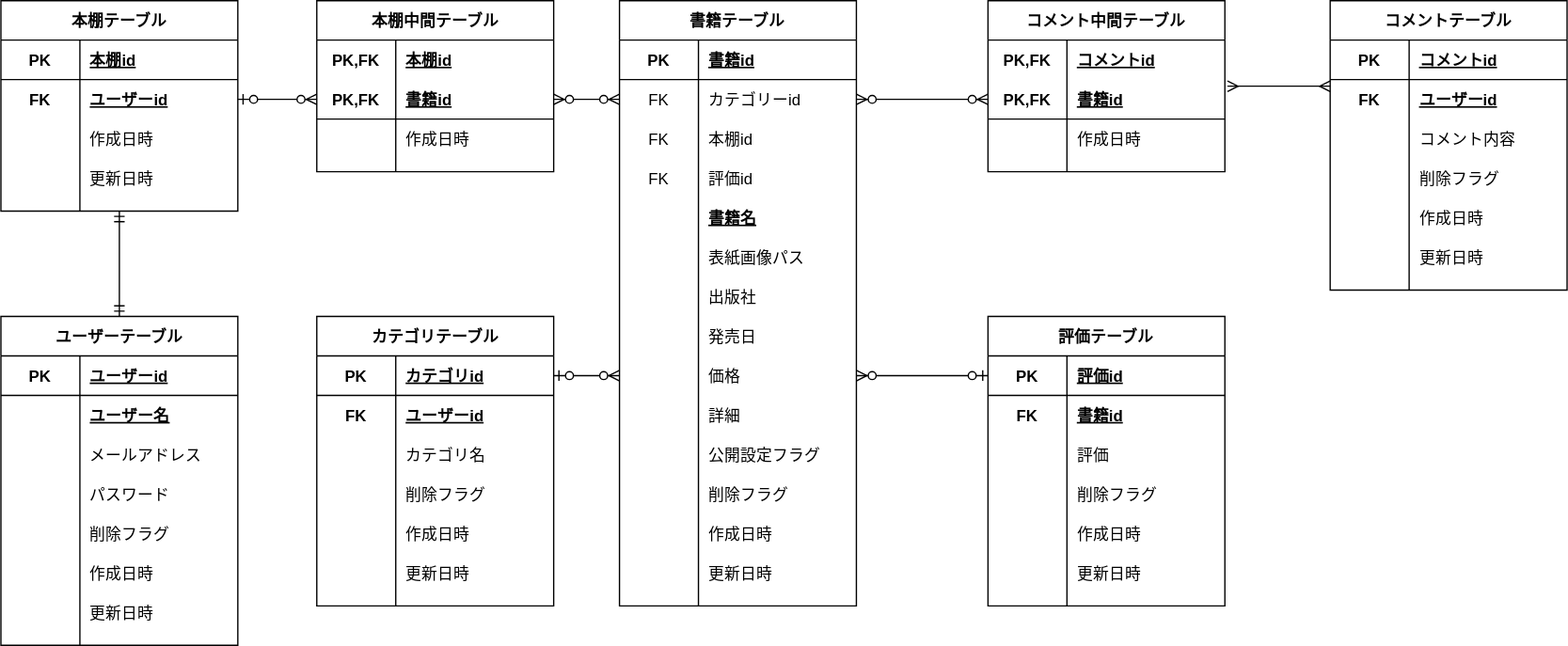
The draw.io diagram ERdiagram.drawio.svg in takumi98/EngineerBookshelf, before a commit. Source tidied: cells renumbered, new cells last; positions are measured from the earlier drawing's top-left corner, leaving out a move shared by most shapes.
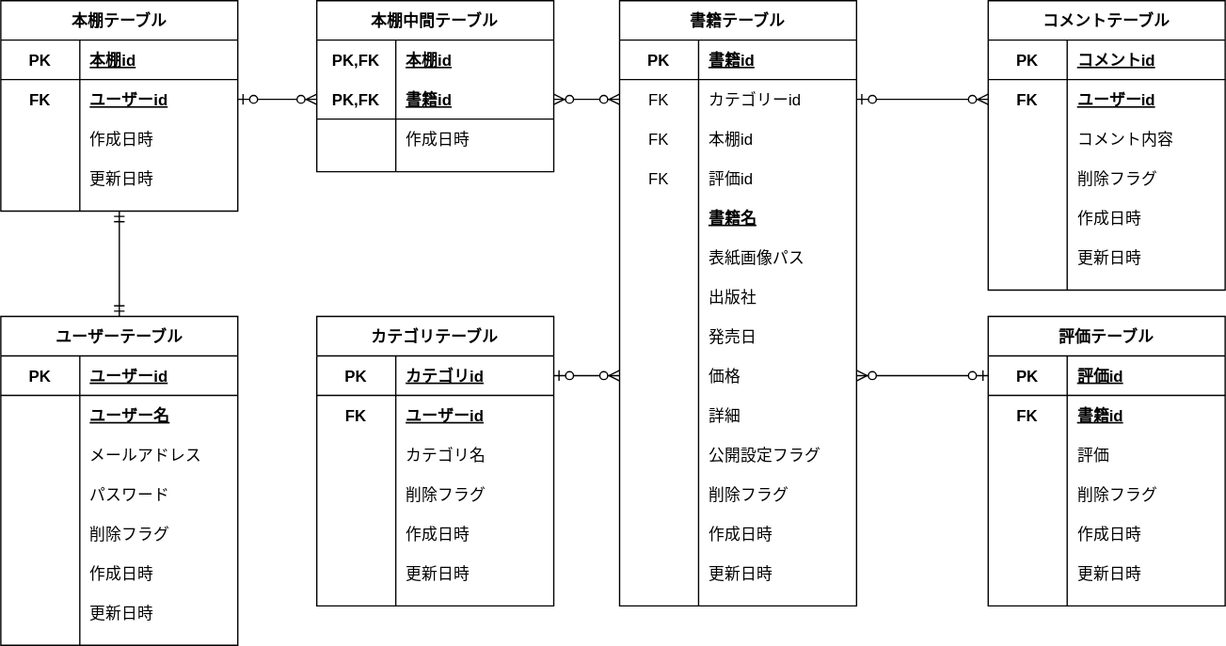
The same file after the commit.

Commit message:
[update]コメント中間テーブルの削除

The edit, as a diff of the source:
```diff
@@ -197,11 +197,8 @@
     <mxCell id="66" value="更新日時" style="shape=partialRectangle;fillColor=none;top=0;left=0;bottom=0;right=0;align=left;spacingLeft=6;overflow=hidden;" parent="64" vertex="1">
       <mxGeometry x="60" width="120" height="30" as="geometry" />
     </mxCell>
-    <mxCell id="67" style="edgeStyle=orthogonalEdgeStyle;rounded=0;jettySize=auto;html=1;exitX=0;exitY=0.167;exitDx=0;exitDy=0;entryX=1.011;entryY=0.167;entryDx=0;entryDy=0;startArrow=ERmany;startFill=0;endArrow=ERmany;endFill=0;entryPerimeter=0;exitPerimeter=0;" parent="1" edge="1" source="72" target="91">
-      <mxGeometry relative="1" as="geometry" />
-    </mxCell>
     <mxCell id="68" value="コメントテーブル" style="shape=table;startSize=30;rowLines=0;fontStyle=1;align=center;" parent="1" vertex="1">
-      <mxGeometry x="1010" width="180" height="220" as="geometry" />
+      <mxGeometry x="750" width="180" height="220" as="geometry" />
     </mxCell>
     <mxCell id="69" style="shape=partialRectangle;fillColor=none;top=0;left=0;bottom=1;right=0;" parent="68" vertex="1">
       <mxGeometry y="30" width="180" height="30" as="geometry" />
@@ -257,36 +254,6 @@
     <mxCell id="86" value="更新日時" style="shape=partialRectangle;fillColor=none;top=0;left=0;bottom=0;right=0;align=left;spacingLeft=6;overflow=hidden;" parent="84" vertex="1">
       <mxGeometry x="60" width="120" height="30" as="geometry" />
     </mxCell>
-    <mxCell id="87" value="コメント中間テーブル" style="shape=table;startSize=30;rowLines=0;fontStyle=1;align=center;" parent="1" vertex="1">
-      <mxGeometry x="750" width="180" height="130" as="geometry" />
-    </mxCell>
-    <mxCell id="88" style="shape=partialRectangle;fillColor=none;top=0;left=0;bottom=0;right=0;" parent="87" vertex="1">
-      <mxGeometry y="30" width="180" height="30" as="geometry" />
-    </mxCell>
-    <mxCell id="89" value="PK,FK" style="shape=partialRectangle;fillColor=none;top=0;left=0;bottom=0;right=0;fontStyle=1;overflow=hidden;" parent="88" vertex="1">
-      <mxGeometry width="60" height="30" as="geometry" />
-    </mxCell>
-    <mxCell id="90" value="コメントid" style="shape=partialRectangle;fillColor=none;top=0;left=0;bottom=0;right=0;align=left;spacingLeft=6;fontStyle=5;overflow=hidden;" parent="88" vertex="1">
-      <mxGeometry x="60" width="120" height="30" as="geometry" />
-    </mxCell>
-    <mxCell id="91" style="shape=partialRectangle;fillColor=none;top=0;left=0;bottom=1;right=0;points=[[0,0.5],[1,0.5]];portConstraint=eastwest;" parent="87" vertex="1">
-      <mxGeometry y="60" width="180" height="30" as="geometry" />
-    </mxCell>
-    <mxCell id="92" value="PK,FK" style="shape=partialRectangle;fillColor=none;top=0;left=0;bottom=0;right=0;fontStyle=1;overflow=hidden;" parent="91" vertex="1">
-      <mxGeometry width="60" height="30" as="geometry" />
-    </mxCell>
-    <mxCell id="93" value="書籍id" style="shape=partialRectangle;fillColor=none;top=0;left=0;bottom=0;right=0;align=left;spacingLeft=6;fontStyle=5;overflow=hidden;" parent="91" vertex="1">
-      <mxGeometry x="60" width="120" height="30" as="geometry" />
-    </mxCell>
-    <mxCell id="94" style="shape=partialRectangle;fillColor=none;top=0;left=0;bottom=0;right=0;" parent="87" vertex="1">
-      <mxGeometry y="90" width="180" height="30" as="geometry" />
-    </mxCell>
-    <mxCell id="95" style="shape=partialRectangle;fillColor=none;top=0;left=0;bottom=0;right=0;overflow=hidden;" parent="94" vertex="1">
-      <mxGeometry width="60" height="30" as="geometry" />
-    </mxCell>
-    <mxCell id="96" value="作成日時" style="shape=partialRectangle;fillColor=none;top=0;left=0;bottom=0;right=0;align=left;spacingLeft=6;overflow=hidden;" parent="94" vertex="1">
-      <mxGeometry x="60" width="120" height="30" as="geometry" />
-    </mxCell>
     <mxCell id="97" value="カテゴリテーブル" style="shape=table;startSize=30;rowLines=0;fontStyle=1;align=center;" parent="1" vertex="1">
       <mxGeometry x="240" y="240" width="180" height="220" as="geometry" />
     </mxCell>
@@ -344,8 +311,10 @@
     <mxCell id="115" value="更新日時" style="shape=partialRectangle;fillColor=none;top=0;left=0;bottom=0;right=0;align=left;spacingLeft=6;overflow=hidden;" parent="113" vertex="1">
       <mxGeometry x="60" width="120" height="30" as="geometry" />
     </mxCell>
-    <mxCell id="116" style="edgeStyle=orthogonalEdgeStyle;rounded=0;jettySize=auto;html=1;exitX=0;exitY=0.5;exitDx=0;exitDy=0;startArrow=ERzeroToMany;startFill=1;endArrow=ERzeroToMany;endFill=1;entryX=1;entryY=0.5;entryDx=0;entryDy=0;" parent="1" edge="1" source="91" target="28">
-      <mxGeometry relative="1" as="geometry" />
+    <mxCell id="116" style="edgeStyle=orthogonalEdgeStyle;rounded=0;jettySize=auto;html=1;exitX=0;exitY=0.5;exitDx=0;exitDy=0;startArrow=ERzeroToMany;startFill=1;endArrow=ERzeroToOne;endFill=1;entryX=1;entryY=0.5;entryDx=0;entryDy=0;" parent="1" edge="1" target="28">
+      <mxGeometry relative="1" as="geometry">
+        <mxPoint x="750" y="75" as="sourcePoint" />
+      </mxGeometry>
     </mxCell>
     <mxCell id="117" style="edgeStyle=orthogonalEdgeStyle;rounded=0;jettySize=auto;html=1;exitX=1;exitY=0.5;exitDx=0;exitDy=0;entryX=0;entryY=0.5;entryDx=0;entryDy=0;startArrow=ERzeroToOne;startFill=1;endArrow=ERzeroToMany;endFill=1;" parent="1" edge="1" source="98" target="49">
       <mxGeometry relative="1" as="geometry" />
```
